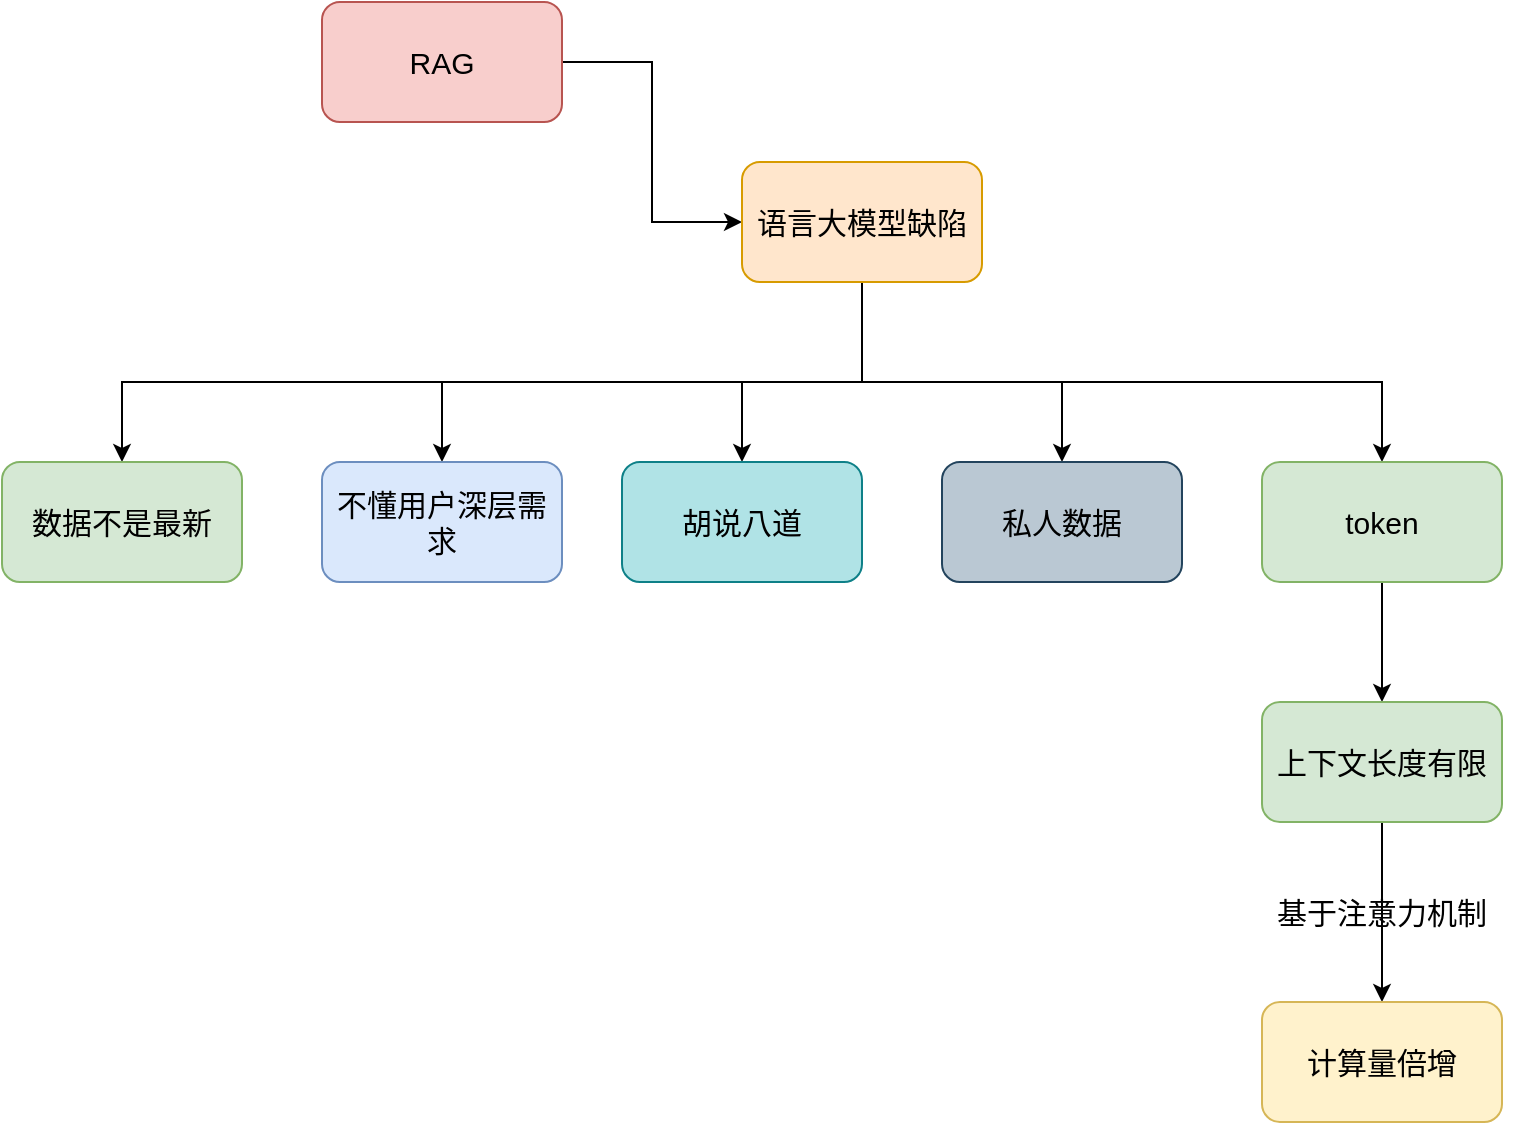
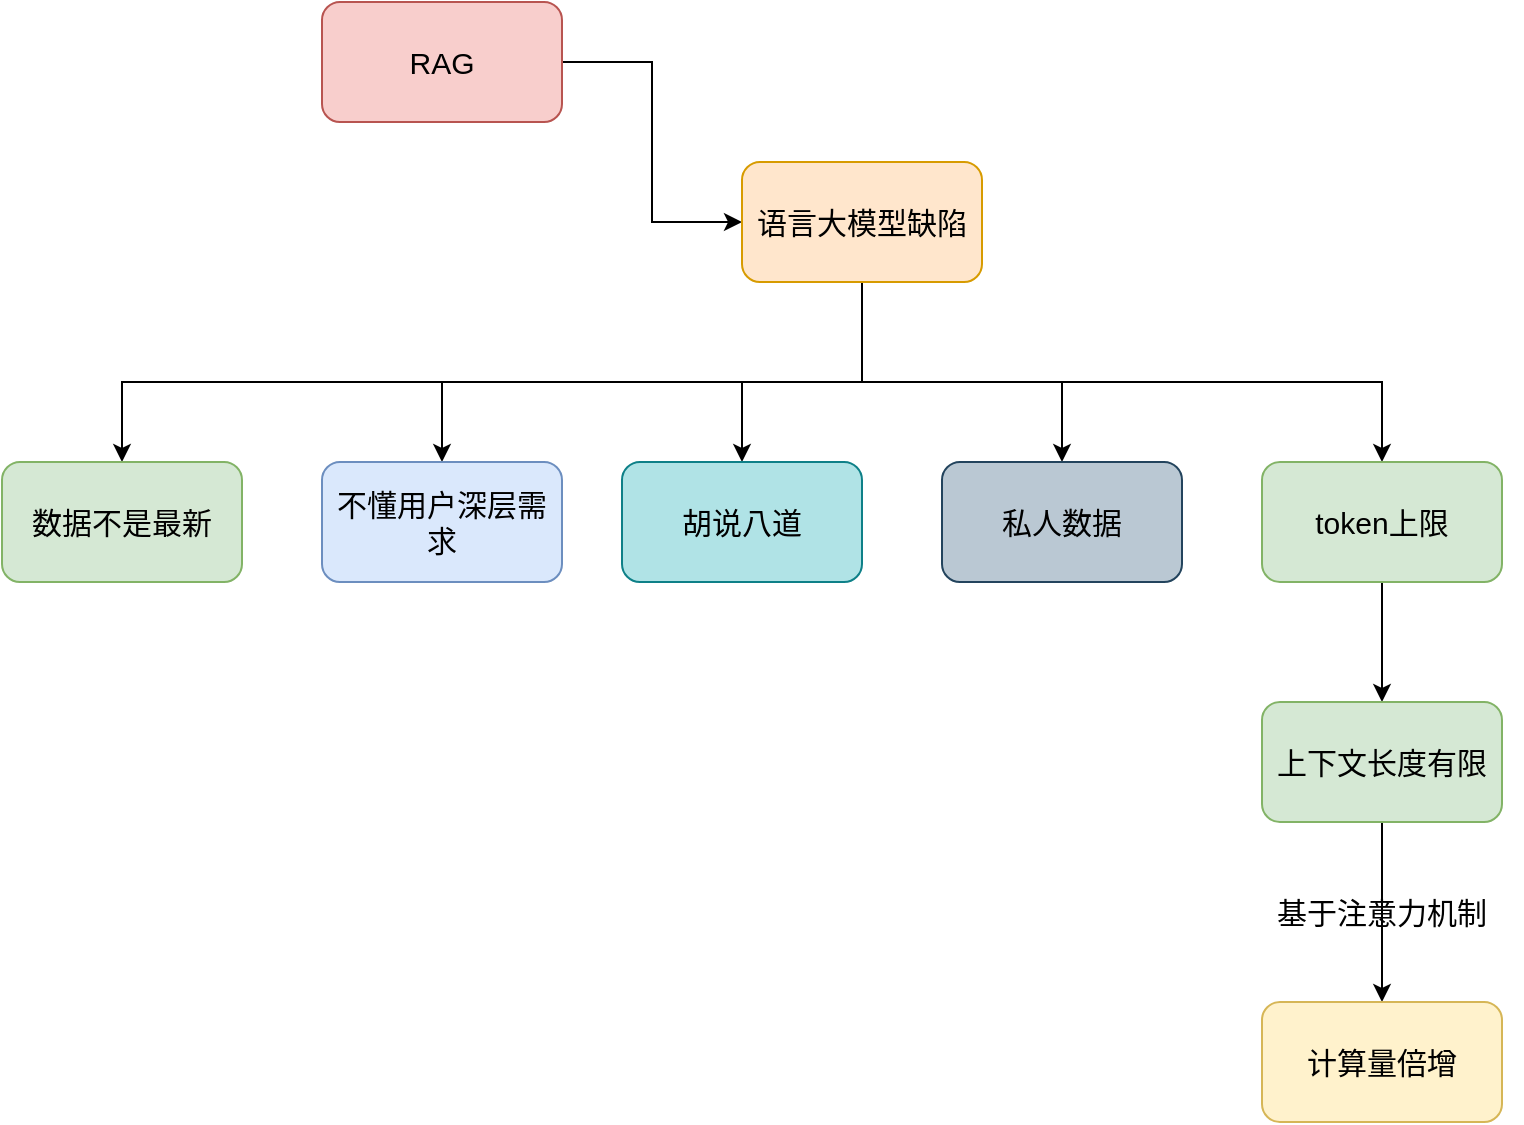
<mxfile host="app.diagrams.net">
  <diagram name="第 1 页" id="C1UXl3RI-0u5TosqB3D1">
    <mxGraphModel dx="1030" dy="569" grid="1" gridSize="10" guides="1" tooltips="1" connect="1" arrows="1" fold="1" page="1" pageScale="1" pageWidth="827" pageHeight="1169" math="0" shadow="0">
      <root>
        <mxCell id="0" />
        <mxCell id="1" parent="0" />
        <mxCell id="IXoJGQ1K-5Z_JoZ640mi-1" edge="1" parent="1" source="UQ7rByI2wm6I-29Dq2hl-1" style="edgeStyle=orthogonalEdgeStyle;rounded=0;orthogonalLoop=1;jettySize=auto;html=1;entryX=0;entryY=0.5;entryDx=0;entryDy=0;fontSize=15;" target="UQ7rByI2wm6I-29Dq2hl-2">
          <mxGeometry relative="1" as="geometry" />
        </mxCell>
        <mxCell id="UQ7rByI2wm6I-29Dq2hl-1" parent="1" style="rounded=1;whiteSpace=wrap;html=1;fillColor=#f8cecc;strokeColor=#b85450;fontSize=15;" value="RAG" vertex="1">
          <mxGeometry height="60" width="120" x="160" y="80" as="geometry" />
        </mxCell>
        <mxCell id="IXoJGQ1K-5Z_JoZ640mi-2" edge="1" parent="1" style="edgeStyle=orthogonalEdgeStyle;rounded=0;orthogonalLoop=1;jettySize=auto;html=1;entryX=0.5;entryY=0;entryDx=0;entryDy=0;fontSize=15;" target="UQ7rByI2wm6I-29Dq2hl-3">
          <mxGeometry relative="1" as="geometry">
            <Array as="points">
              <mxPoint x="430" y="270" />
              <mxPoint x="60" y="270" />
            </Array>
            <mxPoint x="430" y="230" as="sourcePoint" />
            <mxPoint x="60" y="290" as="targetPoint" />
          </mxGeometry>
        </mxCell>
        <mxCell id="IXoJGQ1K-5Z_JoZ640mi-3" edge="1" parent="1" source="UQ7rByI2wm6I-29Dq2hl-2" style="edgeStyle=orthogonalEdgeStyle;rounded=0;orthogonalLoop=1;jettySize=auto;html=1;fontSize=15;" target="UQ7rByI2wm6I-29Dq2hl-4">
          <mxGeometry relative="1" as="geometry">
            <Array as="points">
              <mxPoint x="430" y="270" />
              <mxPoint x="220" y="270" />
            </Array>
          </mxGeometry>
        </mxCell>
        <mxCell id="IXoJGQ1K-5Z_JoZ640mi-4" edge="1" parent="1" source="UQ7rByI2wm6I-29Dq2hl-2" style="edgeStyle=orthogonalEdgeStyle;rounded=0;orthogonalLoop=1;jettySize=auto;html=1;entryX=0.5;entryY=0;entryDx=0;entryDy=0;fontSize=15;" target="UQ7rByI2wm6I-29Dq2hl-5">
          <mxGeometry relative="1" as="geometry">
            <Array as="points">
              <mxPoint x="430" y="270" />
              <mxPoint x="370" y="270" />
            </Array>
          </mxGeometry>
        </mxCell>
        <mxCell id="IXoJGQ1K-5Z_JoZ640mi-5" edge="1" parent="1" source="UQ7rByI2wm6I-29Dq2hl-2" style="edgeStyle=orthogonalEdgeStyle;rounded=0;orthogonalLoop=1;jettySize=auto;html=1;entryX=0.5;entryY=0;entryDx=0;entryDy=0;fontSize=15;" target="UQ7rByI2wm6I-29Dq2hl-6">
          <mxGeometry relative="1" as="geometry">
            <Array as="points">
              <mxPoint x="430" y="270" />
              <mxPoint x="530" y="270" />
            </Array>
          </mxGeometry>
        </mxCell>
        <mxCell id="IXoJGQ1K-5Z_JoZ640mi-6" edge="1" parent="1" source="UQ7rByI2wm6I-29Dq2hl-2" style="edgeStyle=orthogonalEdgeStyle;rounded=0;orthogonalLoop=1;jettySize=auto;html=1;entryX=0.5;entryY=0;entryDx=0;entryDy=0;fontSize=15;" target="UQ7rByI2wm6I-29Dq2hl-7">
          <mxGeometry relative="1" as="geometry">
            <Array as="points">
              <mxPoint x="430" y="270" />
              <mxPoint x="690" y="270" />
            </Array>
          </mxGeometry>
        </mxCell>
        <mxCell id="UQ7rByI2wm6I-29Dq2hl-2" parent="1" style="rounded=1;whiteSpace=wrap;html=1;fillColor=#ffe6cc;strokeColor=#d79b00;fontSize=15;" value="语言大模型缺陷" vertex="1">
          <mxGeometry height="60" width="120" x="370" y="160" as="geometry" />
        </mxCell>
        <mxCell id="UQ7rByI2wm6I-29Dq2hl-3" parent="1" style="rounded=1;whiteSpace=wrap;html=1;fillColor=#d5e8d4;strokeColor=#82b366;fontSize=15;" value="数据不是最新" vertex="1">
          <mxGeometry height="60" width="120" y="310" as="geometry" />
        </mxCell>
        <mxCell id="UQ7rByI2wm6I-29Dq2hl-4" parent="1" style="rounded=1;whiteSpace=wrap;html=1;fillColor=#dae8fc;strokeColor=#6c8ebf;fontSize=15;" value="不懂用户深层需求" vertex="1">
          <mxGeometry height="60" width="120" x="160" y="310" as="geometry" />
        </mxCell>
        <mxCell id="UQ7rByI2wm6I-29Dq2hl-5" parent="1" style="rounded=1;whiteSpace=wrap;html=1;fillColor=#b0e3e6;strokeColor=#0e8088;fontSize=15;" value="胡说八道" vertex="1">
          <mxGeometry height="60" width="120" x="310" y="310" as="geometry" />
        </mxCell>
        <mxCell id="UQ7rByI2wm6I-29Dq2hl-6" parent="1" style="rounded=1;whiteSpace=wrap;html=1;fillColor=#bac8d3;strokeColor=#23445d;fontSize=15;" value="私人数据" vertex="1">
          <mxGeometry height="60" width="120" x="470" y="310" as="geometry" />
        </mxCell>
        <mxCell id="IXoJGQ1K-5Z_JoZ640mi-7" edge="1" parent="1" source="UQ7rByI2wm6I-29Dq2hl-7" style="edgeStyle=orthogonalEdgeStyle;rounded=0;orthogonalLoop=1;jettySize=auto;html=1;entryX=0.5;entryY=0;entryDx=0;entryDy=0;fontSize=15;" target="UQ7rByI2wm6I-29Dq2hl-8">
          <mxGeometry relative="1" as="geometry" />
        </mxCell>
-         <mxCell id="UQ7rByI2wm6I-29Dq2hl-7" parent="1" style="rounded=1;whiteSpace=wrap;html=1;fillColor=#d5e8d4;strokeColor=#82b366;fontSize=15;" value="token" vertex="1">
+         <mxCell id="UQ7rByI2wm6I-29Dq2hl-7" parent="1" style="rounded=1;whiteSpace=wrap;html=1;fillColor=#d5e8d4;strokeColor=#82b366;fontSize=15;" value="token上限" vertex="1">
          <mxGeometry height="60" width="120" x="630" y="310" as="geometry" />
        </mxCell>
        <mxCell id="IXoJGQ1K-5Z_JoZ640mi-8" edge="1" parent="1" source="UQ7rByI2wm6I-29Dq2hl-8" style="edgeStyle=orthogonalEdgeStyle;rounded=0;orthogonalLoop=1;jettySize=auto;html=1;entryX=0.5;entryY=0;entryDx=0;entryDy=0;fontSize=15;" target="UQ7rByI2wm6I-29Dq2hl-9">
          <mxGeometry relative="1" as="geometry" />
        </mxCell>
        <mxCell id="UQ7rByI2wm6I-29Dq2hl-8" parent="1" style="rounded=1;whiteSpace=wrap;html=1;fillColor=#d5e8d4;strokeColor=#82b366;fontSize=15;" value="上下文长度有限" vertex="1">
          <mxGeometry height="60" width="120" x="630" y="430" as="geometry" />
        </mxCell>
        <mxCell id="UQ7rByI2wm6I-29Dq2hl-9" parent="1" style="rounded=1;whiteSpace=wrap;html=1;fillColor=#fff2cc;strokeColor=#d6b656;fontSize=15;" value="计算量倍增" vertex="1">
          <mxGeometry height="60" width="120" x="630" y="580" as="geometry" />
        </mxCell>
        <mxCell id="IXoJGQ1K-5Z_JoZ640mi-9" parent="1" style="text;html=1;whiteSpace=wrap;strokeColor=none;fillColor=none;align=center;verticalAlign=middle;rounded=0;fontSize=15;" value="基于注意力机制" vertex="1">
          <mxGeometry height="30" width="140" x="620" y="520" as="geometry" />
        </mxCell>
      </root>
    </mxGraphModel>
  </diagram>
</mxfile>
